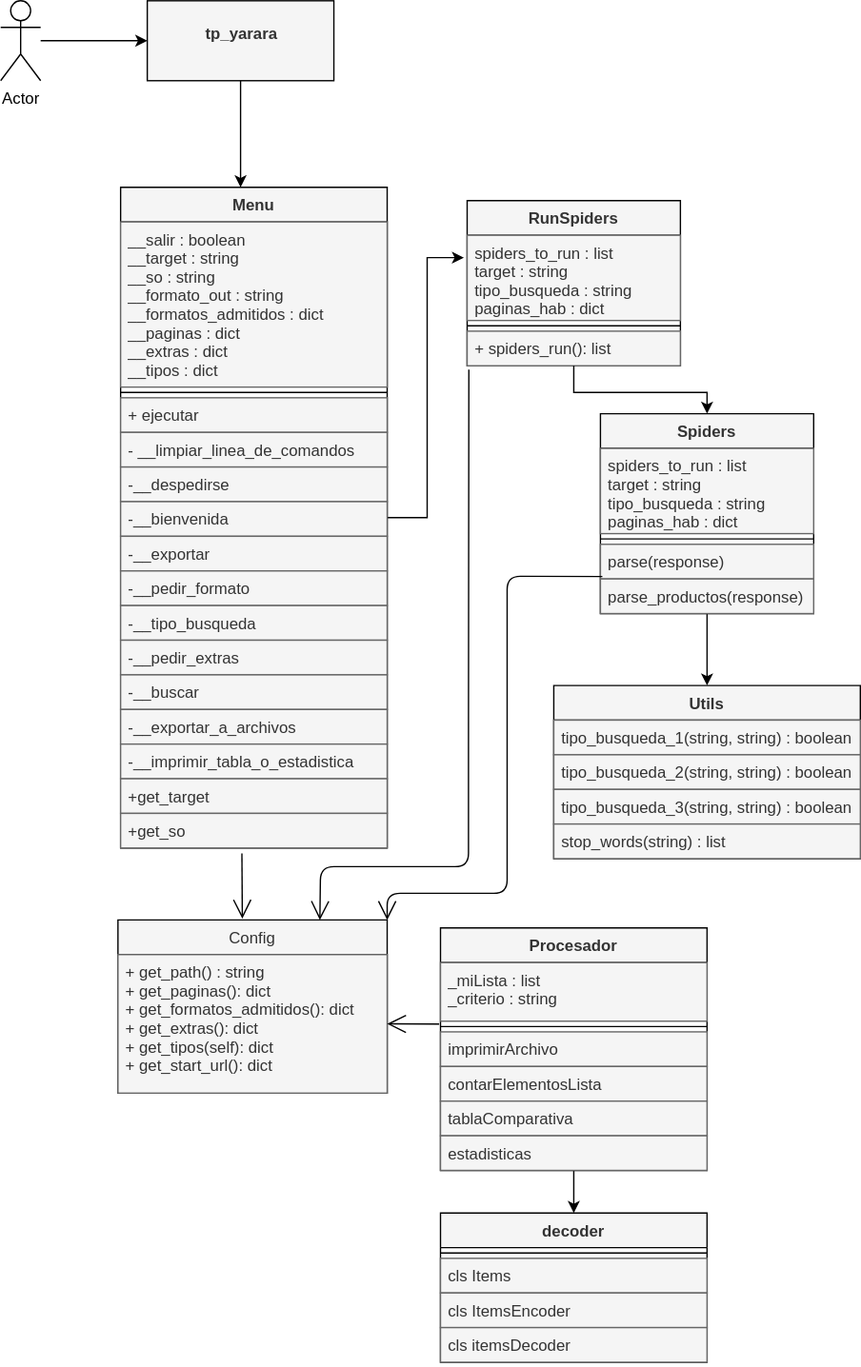
Earlier version of the draw.io export uml.drawio.svg (liberrb/TP_EDD_2020). Source tidied: cells renumbered, new cells last; positions are measured from the earlier drawing's top-left corner, leaving out a move shared by most shapes.
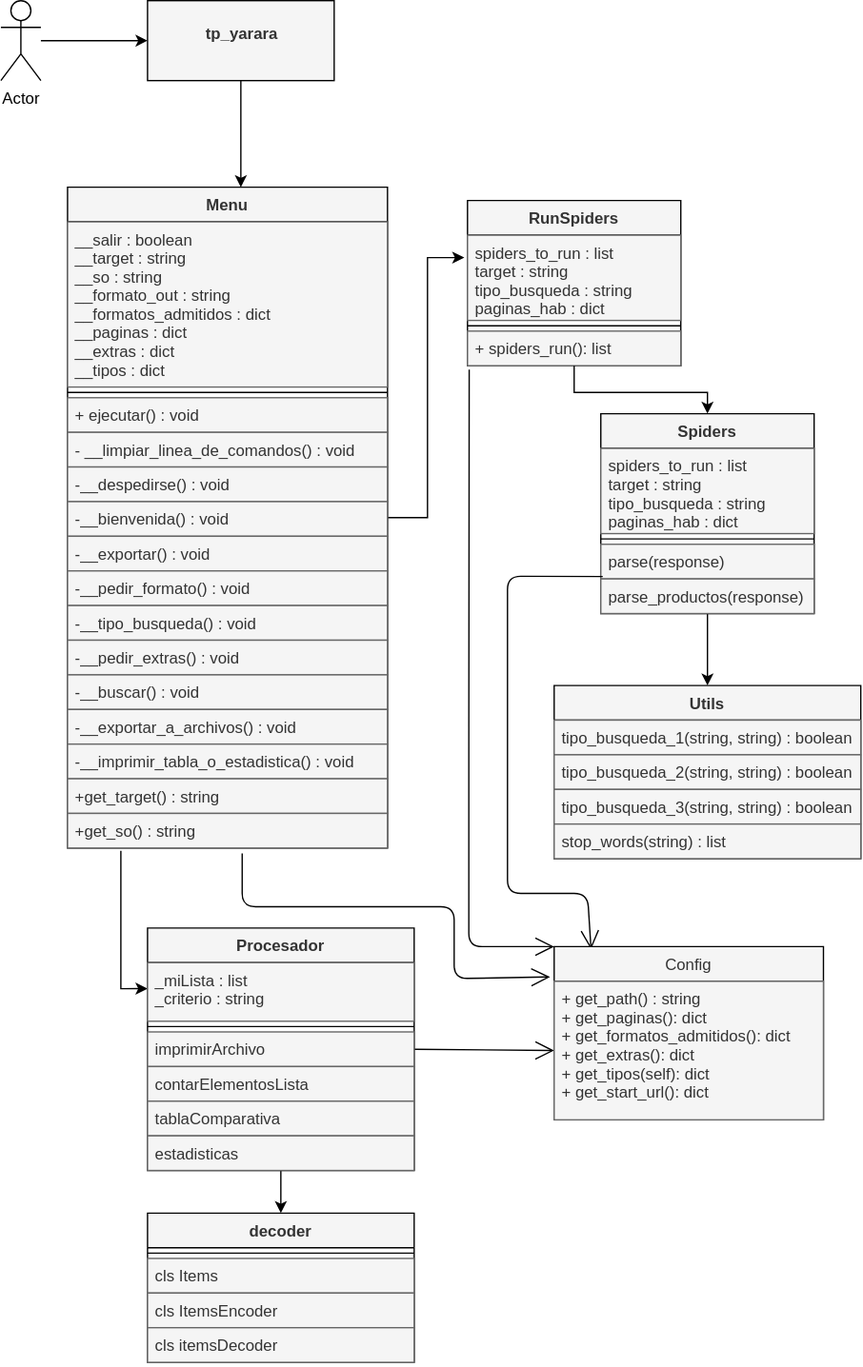
Above is the later version.

Commit message:
arreglo uml

Diff of the diagram source:
```diff
@@ -15,49 +15,58 @@
     </mxCell>
+    <mxCell id="58" style="edgeStyle=orthogonalEdgeStyle;rounded=0;jettySize=auto;html=1;strokeColor=#000000;fontColor=#000000;entryX=0;entryY=0.25;entryDx=0;entryDy=0;" parent="1" edge="1" target="37">
+      <mxGeometry relative="1" as="geometry">
+        <mxPoint x="90" y="638" as="sourcePoint" />
+        <Array as="points">
+          <mxPoint x="90" y="638" />
+          <mxPoint x="90" y="742" />
+        </Array>
+      </mxGeometry>
+    </mxCell>
     <mxCell id="5" value="Menu" style="swimlane;fontStyle=1;align=center;verticalAlign=top;horizontal=1;startSize=26;fillColor=#f5f5f5;fontColor=#333333;strokeColor=#000000;" parent="1" vertex="1">
-      <mxGeometry x="90" y="140" width="200" height="496" as="geometry" />
+      <mxGeometry x="50" y="140" width="240" height="496" as="geometry" />
     </mxCell>
     <mxCell id="6" value="__salir : boolean&#10;__target : string&#10;__so : string&#10;__formato_out : string &#10;__formatos_admitidos : dict&#10;__paginas : dict&#10;__extras : dict&#10;__tipos : dict" style="text;strokeColor=#666666;fillColor=#f5f5f5;align=left;verticalAlign=top;spacingLeft=4;spacingRight=4;overflow=hidden;fontColor=#333333;" parent="5" vertex="1">
-      <mxGeometry y="26" width="200" height="124" as="geometry" />
+      <mxGeometry y="26" width="240" height="124" as="geometry" />
     </mxCell>
-    <mxCell id="7" style="line;strokeWidth=1;fillColor=none;align=left;verticalAlign=middle;spacingTop=-1;spacingLeft=3;spacingRight=3;labelPosition=right;" parent="5" vertex="1">
-      <mxGeometry y="150" width="200" height="8" as="geometry" />
+    <mxCell id="7" style="line;strokeWidth=1;fillColor=none;align=left;verticalAlign=middle;spacingTop=-1;spacingLeft=3;spacingRight=3;labelPosition=right;strokeColor=#000000;" parent="5" vertex="1">
+      <mxGeometry y="150" width="240" height="8" as="geometry" />
     </mxCell>
-    <mxCell id="8" value="+ ejecutar&#10;&#10;" style="text;strokeColor=#666666;fillColor=#f5f5f5;align=left;verticalAlign=top;spacingLeft=4;spacingRight=4;overflow=hidden;fontColor=#333333;" parent="5" vertex="1">
-      <mxGeometry y="158" width="200" height="26" as="geometry" />
+    <mxCell id="8" value="+ ejecutar() : void&#10;&#10;" style="text;strokeColor=#666666;fillColor=#f5f5f5;align=left;verticalAlign=top;spacingLeft=4;spacingRight=4;overflow=hidden;fontColor=#333333;" parent="5" vertex="1">
+      <mxGeometry y="158" width="240" height="26" as="geometry" />
     </mxCell>
-    <mxCell id="9" value="- __limpiar_linea_de_comandos" style="text;strokeColor=#666666;fillColor=#f5f5f5;align=left;verticalAlign=top;spacingLeft=4;spacingRight=4;overflow=hidden;fontColor=#333333;" parent="5" vertex="1">
-      <mxGeometry y="184" width="200" height="26" as="geometry" />
+    <mxCell id="9" value="- __limpiar_linea_de_comandos() : void" style="text;strokeColor=#666666;fillColor=#f5f5f5;align=left;verticalAlign=top;spacingLeft=4;spacingRight=4;overflow=hidden;fontColor=#333333;" parent="5" vertex="1">
+      <mxGeometry y="184" width="240" height="26" as="geometry" />
     </mxCell>
-    <mxCell id="10" value="-__despedirse" style="text;strokeColor=#666666;fillColor=#f5f5f5;align=left;verticalAlign=top;spacingLeft=4;spacingRight=4;overflow=hidden;fontColor=#333333;" parent="5" vertex="1">
-      <mxGeometry y="210" width="200" height="26" as="geometry" />
+    <mxCell id="10" value="-__despedirse() : void" style="text;strokeColor=#666666;fillColor=#f5f5f5;align=left;verticalAlign=top;spacingLeft=4;spacingRight=4;overflow=hidden;fontColor=#333333;" parent="5" vertex="1">
+      <mxGeometry y="210" width="240" height="26" as="geometry" />
     </mxCell>
-    <mxCell id="11" value="-__bienvenida" style="text;strokeColor=#666666;fillColor=#f5f5f5;align=left;verticalAlign=top;spacingLeft=4;spacingRight=4;overflow=hidden;fontColor=#333333;" parent="5" vertex="1">
-      <mxGeometry y="236" width="200" height="26" as="geometry" />
+    <mxCell id="11" value="-__bienvenida() : void" style="text;strokeColor=#666666;fillColor=#f5f5f5;align=left;verticalAlign=top;spacingLeft=4;spacingRight=4;overflow=hidden;fontColor=#333333;" parent="5" vertex="1">
+      <mxGeometry y="236" width="240" height="26" as="geometry" />
     </mxCell>
-    <mxCell id="12" value="-__exportar" style="text;strokeColor=#666666;fillColor=#f5f5f5;align=left;verticalAlign=top;spacingLeft=4;spacingRight=4;overflow=hidden;fontColor=#333333;" parent="5" vertex="1">
-      <mxGeometry y="262" width="200" height="26" as="geometry" />
+    <mxCell id="12" value="-__exportar() : void" style="text;strokeColor=#666666;fillColor=#f5f5f5;align=left;verticalAlign=top;spacingLeft=4;spacingRight=4;overflow=hidden;fontColor=#333333;" parent="5" vertex="1">
+      <mxGeometry y="262" width="240" height="26" as="geometry" />
     </mxCell>
-    <mxCell id="13" value="-__pedir_formato" style="text;strokeColor=#666666;fillColor=#f5f5f5;align=left;verticalAlign=top;spacingLeft=4;spacingRight=4;overflow=hidden;fontColor=#333333;" parent="5" vertex="1">
-      <mxGeometry y="288" width="200" height="26" as="geometry" />
+    <mxCell id="13" value="-__pedir_formato() : void" style="text;strokeColor=#666666;fillColor=#f5f5f5;align=left;verticalAlign=top;spacingLeft=4;spacingRight=4;overflow=hidden;fontColor=#333333;" parent="5" vertex="1">
+      <mxGeometry y="288" width="240" height="26" as="geometry" />
     </mxCell>
-    <mxCell id="14" value="-__tipo_busqueda" style="text;strokeColor=#666666;fillColor=#f5f5f5;align=left;verticalAlign=top;spacingLeft=4;spacingRight=4;overflow=hidden;fontColor=#333333;" parent="5" vertex="1">
-      <mxGeometry y="314" width="200" height="26" as="geometry" />
+    <mxCell id="14" value="-__tipo_busqueda() : void" style="text;strokeColor=#666666;fillColor=#f5f5f5;align=left;verticalAlign=top;spacingLeft=4;spacingRight=4;overflow=hidden;fontColor=#333333;" parent="5" vertex="1">
+      <mxGeometry y="314" width="240" height="26" as="geometry" />
     </mxCell>
-    <mxCell id="15" value="-__pedir_extras" style="text;strokeColor=#666666;fillColor=#f5f5f5;align=left;verticalAlign=top;spacingLeft=4;spacingRight=4;overflow=hidden;fontColor=#333333;" parent="5" vertex="1">
-      <mxGeometry y="340" width="200" height="26" as="geometry" />
+    <mxCell id="15" value="-__pedir_extras() : void" style="text;strokeColor=#666666;fillColor=#f5f5f5;align=left;verticalAlign=top;spacingLeft=4;spacingRight=4;overflow=hidden;fontColor=#333333;" parent="5" vertex="1">
+      <mxGeometry y="340" width="240" height="26" as="geometry" />
     </mxCell>
-    <mxCell id="16" value="-__buscar" style="text;strokeColor=#666666;fillColor=#f5f5f5;align=left;verticalAlign=top;spacingLeft=4;spacingRight=4;overflow=hidden;fontColor=#333333;" parent="5" vertex="1">
-      <mxGeometry y="366" width="200" height="26" as="geometry" />
+    <mxCell id="16" value="-__buscar() : void" style="text;strokeColor=#666666;fillColor=#f5f5f5;align=left;verticalAlign=top;spacingLeft=4;spacingRight=4;overflow=hidden;fontColor=#333333;" parent="5" vertex="1">
+      <mxGeometry y="366" width="240" height="26" as="geometry" />
     </mxCell>
-    <mxCell id="17" value="-__exportar_a_archivos" style="text;strokeColor=#666666;fillColor=#f5f5f5;align=left;verticalAlign=top;spacingLeft=4;spacingRight=4;overflow=hidden;fontColor=#333333;" parent="5" vertex="1">
-      <mxGeometry y="392" width="200" height="26" as="geometry" />
+    <mxCell id="17" value="-__exportar_a_archivos() : void" style="text;strokeColor=#666666;fillColor=#f5f5f5;align=left;verticalAlign=top;spacingLeft=4;spacingRight=4;overflow=hidden;fontColor=#333333;" parent="5" vertex="1">
+      <mxGeometry y="392" width="240" height="26" as="geometry" />
     </mxCell>
-    <mxCell id="18" value="-__imprimir_tabla_o_estadistica" style="text;strokeColor=#666666;fillColor=#f5f5f5;align=left;verticalAlign=top;spacingLeft=4;spacingRight=4;overflow=hidden;fontColor=#333333;" parent="5" vertex="1">
-      <mxGeometry y="418" width="200" height="26" as="geometry" />
+    <mxCell id="18" value="-__imprimir_tabla_o_estadistica() : void" style="text;strokeColor=#666666;fillColor=#f5f5f5;align=left;verticalAlign=top;spacingLeft=4;spacingRight=4;overflow=hidden;fontColor=#333333;" parent="5" vertex="1">
+      <mxGeometry y="418" width="240" height="26" as="geometry" />
     </mxCell>
-    <mxCell id="19" value="+get_target" style="text;strokeColor=#666666;fillColor=#f5f5f5;align=left;verticalAlign=top;spacingLeft=4;spacingRight=4;overflow=hidden;fontColor=#333333;" parent="5" vertex="1">
-      <mxGeometry y="444" width="200" height="26" as="geometry" />
+    <mxCell id="19" value="+get_target() : string" style="text;strokeColor=#666666;fillColor=#f5f5f5;align=left;verticalAlign=top;spacingLeft=4;spacingRight=4;overflow=hidden;fontColor=#333333;" parent="5" vertex="1">
+      <mxGeometry y="444" width="240" height="26" as="geometry" />
     </mxCell>
-    <mxCell id="20" value="+get_so" style="text;strokeColor=#666666;fillColor=#f5f5f5;align=left;verticalAlign=top;spacingLeft=4;spacingRight=4;overflow=hidden;fontColor=#333333;" parent="5" vertex="1">
-      <mxGeometry y="470" width="200" height="26" as="geometry" />
+    <mxCell id="20" value="+get_so() : string" style="text;strokeColor=#666666;fillColor=#f5f5f5;align=left;verticalAlign=top;spacingLeft=4;spacingRight=4;overflow=hidden;fontColor=#333333;" parent="5" vertex="1">
+      <mxGeometry y="470" width="240" height="26" as="geometry" />
     </mxCell>
@@ -75,3 +84,3 @@
     </mxCell>
-    <mxCell id="25" style="line;strokeWidth=1;fillColor=none;align=left;verticalAlign=middle;spacingTop=-1;spacingLeft=3;spacingRight=3;labelPosition=right;" parent="23" vertex="1">
+    <mxCell id="25" style="line;strokeWidth=1;fillColor=none;align=left;verticalAlign=middle;spacingTop=-1;spacingLeft=3;spacingRight=3;labelPosition=right;strokeColor=#000000;" parent="23" vertex="1">
       <mxGeometry y="90" width="160" height="8" as="geometry" />
@@ -81,11 +90,10 @@
     </mxCell>
-    <mxCell id="27" value="Config" style="swimlane;fontStyle=0;horizontal=1;startSize=26;fillColor=#f5f5f5;fontColor=#333333;strokeColor=#000000;" parent="1" vertex="1">
-      <mxGeometry x="88" y="690" width="202" height="130" as="geometry" />
-    </mxCell>
-    <mxCell id="28" value="+ get_path() : string&#10;+ get_paginas(): dict&#10;+ get_formatos_admitidos(): dict&#10;+ get_extras(): dict&#10;+ get_tipos(self): dict&#10;+ get_start_url(): dict" style="text;strokeColor=#666666;fillColor=#f5f5f5;align=left;verticalAlign=top;spacingLeft=4;spacingRight=4;overflow=hidden;points=[[0,0.5],[1,0.5]];portConstraint=eastwest;fontColor=#333333;" parent="27" vertex="1">
-      <mxGeometry y="26" width="202" height="104" as="geometry" />
-    </mxCell>
-    <mxCell id="29" style="endArrow=open;endFill=1;endSize=12;html=1;entryX=0.462;entryY=-0.008;entryDx=0;entryDy=0;entryPerimeter=0;strokeColor=#000000;" parent="1" edge="1" target="27">
+    <mxCell id="29" style="endArrow=open;endFill=1;endSize=12;html=1;entryX=-0.015;entryY=0.175;entryDx=0;entryDy=0;entryPerimeter=0;strokeColor=#000000;" parent="1" edge="1" target="27">
       <mxGeometry relative="1" as="geometry">
         <mxPoint x="181" y="640" as="sourcePoint" />
+        <Array as="points">
+          <mxPoint x="181" y="680" />
+          <mxPoint x="340" y="680" />
+          <mxPoint x="340" y="734" />
+        </Array>
       </mxGeometry>
@@ -104,3 +112,3 @@
     </mxCell>
-    <mxCell id="34" style="line;strokeWidth=1;fillColor=none;align=left;verticalAlign=middle;spacingTop=-1;spacingLeft=3;spacingRight=3;labelPosition=right;" parent="32" vertex="1">
+    <mxCell id="34" style="line;strokeWidth=1;fillColor=none;align=left;verticalAlign=middle;spacingTop=-1;spacingLeft=3;spacingRight=3;labelPosition=right;fontColor=#000000;strokeColor=#000000;" parent="32" vertex="1">
       <mxGeometry y="90" width="160" height="8" as="geometry" />
@@ -113,4 +121,42 @@
     </mxCell>
+    <mxCell id="44" style="endArrow=open;endFill=1;endSize=12;html=1;exitX=1;exitY=0.5;exitDx=0;exitDy=0;entryX=0;entryY=0.5;entryDx=0;entryDy=0;strokeColor=#000000;" parent="1" edge="1" source="40" target="28">
+      <mxGeometry relative="1" as="geometry" />
+    </mxCell>
+    <mxCell id="45" style="edgeStyle=orthogonalEdgeStyle;rounded=0;jettySize=auto;html=1;strokeColor=#000000;" parent="1" edge="1" source="23" target="32">
+      <mxGeometry relative="1" as="geometry" />
+    </mxCell>
+    <mxCell id="51" style="endArrow=open;endFill=1;endSize=12;html=1;exitX=0.008;exitY=1.108;exitDx=0;exitDy=0;exitPerimeter=0;entryX=0;entryY=0;entryDx=0;entryDy=0;strokeColor=#000000;" parent="1" edge="1" source="26" target="27">
+      <mxGeometry relative="1" as="geometry">
+        <Array as="points">
+          <mxPoint x="351" y="550" />
+          <mxPoint x="351" y="710" />
+        </Array>
+      </mxGeometry>
+    </mxCell>
+    <mxCell id="52" style="endArrow=open;endFill=1;endSize=12;html=1;exitX=0.009;exitY=0.931;exitDx=0;exitDy=0;exitPerimeter=0;entryX=0.137;entryY=0.016;entryDx=0;entryDy=0;strokeColor=#000000;entryPerimeter=0;" parent="1" edge="1" source="35" target="27">
+      <mxGeometry relative="1" as="geometry">
+        <Array as="points">
+          <mxPoint x="380" y="432" />
+          <mxPoint x="380" y="670" />
+          <mxPoint x="440" y="670" />
+        </Array>
+      </mxGeometry>
+    </mxCell>
+    <mxCell id="53" value="Utils" style="swimlane;fontStyle=1;align=center;verticalAlign=top;horizontal=1;startSize=26;fillColor=#f5f5f5;fontColor=#333333;strokeColor=#000000;" parent="1" vertex="1">
+      <mxGeometry x="415" y="514" width="230" height="130" as="geometry" />
+    </mxCell>
+    <mxCell id="54" value="tipo_busqueda_1(string, string) : boolean" style="text;strokeColor=#666666;fillColor=#f5f5f5;align=left;verticalAlign=top;spacingLeft=4;spacingRight=4;overflow=hidden;fontColor=#333333;" parent="53" vertex="1">
+      <mxGeometry y="26" width="230" height="26" as="geometry" />
+    </mxCell>
+    <mxCell id="55" value="tipo_busqueda_2(string, string) : boolean" style="text;strokeColor=#666666;fillColor=#f5f5f5;align=left;verticalAlign=top;spacingLeft=4;spacingRight=4;overflow=hidden;fontColor=#333333;" parent="53" vertex="1">
+      <mxGeometry y="52" width="230" height="26" as="geometry" />
+    </mxCell>
+    <mxCell id="56" value="tipo_busqueda_3(string, string) : boolean" style="text;strokeColor=#666666;fillColor=#f5f5f5;align=left;verticalAlign=top;spacingLeft=4;spacingRight=4;overflow=hidden;fontColor=#333333;" parent="53" vertex="1">
+      <mxGeometry y="78" width="230" height="26" as="geometry" />
+    </mxCell>
+    <mxCell id="57" value="stop_words(string) : list" style="text;strokeColor=#666666;fillColor=#f5f5f5;align=left;verticalAlign=top;spacingLeft=4;spacingRight=4;overflow=hidden;fontColor=#333333;" parent="53" vertex="1">
+      <mxGeometry y="104" width="230" height="26" as="geometry" />
+    </mxCell>
     <mxCell id="37" value="Procesador" style="swimlane;fontStyle=1;align=center;verticalAlign=top;horizontal=1;startSize=26;fillColor=#f5f5f5;fontColor=#333333;strokeColor=#000000;" parent="1" vertex="1">
-      <mxGeometry x="330" y="696" width="200" height="182" as="geometry" />
+      <mxGeometry x="110" y="696" width="200" height="182" as="geometry" />
     </mxCell>
@@ -119,3 +165,3 @@
     </mxCell>
-    <mxCell id="39" style="line;strokeWidth=1;fillColor=none;align=left;verticalAlign=middle;spacingTop=-1;spacingLeft=3;spacingRight=3;labelPosition=right;" parent="37" vertex="1">
+    <mxCell id="39" style="line;strokeWidth=1;fillColor=none;align=left;verticalAlign=middle;spacingTop=-1;spacingLeft=3;spacingRight=3;labelPosition=right;strokeColor=#000000;" parent="37" vertex="1">
       <mxGeometry y="70" width="200" height="8" as="geometry" />
@@ -134,12 +180,6 @@
     </mxCell>
-    <mxCell id="44" style="endArrow=open;endFill=1;endSize=12;html=1;exitX=-0.005;exitY=1.05;exitDx=0;exitDy=0;exitPerimeter=0;entryX=1;entryY=0.5;entryDx=0;entryDy=0;strokeColor=#000000;" parent="1" edge="1" source="38" target="28">
-      <mxGeometry relative="1" as="geometry" />
-    </mxCell>
-    <mxCell id="45" style="edgeStyle=orthogonalEdgeStyle;rounded=0;jettySize=auto;html=1;strokeColor=#000000;" parent="1" edge="1" source="23" target="32">
-      <mxGeometry relative="1" as="geometry" />
-    </mxCell>
     <mxCell id="46" value="decoder" style="swimlane;fontStyle=1;align=center;verticalAlign=top;horizontal=1;startSize=26;fillColor=#f5f5f5;fontColor=#333333;strokeColor=#000000;" parent="1" vertex="1">
-      <mxGeometry x="330" y="910" width="200" height="112" as="geometry" />
+      <mxGeometry x="110" y="910" width="200" height="112" as="geometry" />
     </mxCell>
-    <mxCell id="47" style="line;strokeWidth=1;fillColor=none;align=left;verticalAlign=middle;spacingTop=-1;spacingLeft=3;spacingRight=3;labelPosition=right;" parent="46" vertex="1">
+    <mxCell id="47" style="line;strokeWidth=1;fillColor=none;align=left;verticalAlign=middle;spacingTop=-1;spacingLeft=3;spacingRight=3;labelPosition=right;strokeColor=#000000;" parent="46" vertex="1">
       <mxGeometry y="26" width="200" height="8" as="geometry" />
@@ -155,35 +195,8 @@
     </mxCell>
-    <mxCell id="51" style="endArrow=open;endFill=1;endSize=12;html=1;exitX=0.008;exitY=1.108;exitDx=0;exitDy=0;exitPerimeter=0;entryX=0.75;entryY=0;entryDx=0;entryDy=0;strokeColor=#000000;" parent="1" edge="1" source="26" target="27">
-      <mxGeometry relative="1" as="geometry">
-        <Array as="points">
-          <mxPoint x="351" y="550" />
-          <mxPoint x="351" y="650" />
-          <mxPoint x="240" y="650" />
-        </Array>
-      </mxGeometry>
-    </mxCell>
-    <mxCell id="52" style="endArrow=open;endFill=1;endSize=12;html=1;exitX=0.009;exitY=0.931;exitDx=0;exitDy=0;exitPerimeter=0;entryX=1;entryY=0;entryDx=0;entryDy=0;strokeColor=#000000;" parent="1" edge="1" source="35" target="27">
-      <mxGeometry relative="1" as="geometry">
-        <Array as="points">
-          <mxPoint x="380" y="432" />
-          <mxPoint x="380" y="670" />
-          <mxPoint x="290" y="670" />
-        </Array>
-      </mxGeometry>
-    </mxCell>
-    <mxCell id="53" value="Utils" style="swimlane;fontStyle=1;align=center;verticalAlign=top;horizontal=1;startSize=26;fillColor=#f5f5f5;fontColor=#333333;strokeColor=#000000;" parent="1" vertex="1">
-      <mxGeometry x="415" y="514" width="230" height="130" as="geometry" />
-    </mxCell>
-    <mxCell id="54" value="tipo_busqueda_1(string, string) : boolean" style="text;strokeColor=#666666;fillColor=#f5f5f5;align=left;verticalAlign=top;spacingLeft=4;spacingRight=4;overflow=hidden;fontColor=#333333;" parent="53" vertex="1">
-      <mxGeometry y="26" width="230" height="26" as="geometry" />
-    </mxCell>
-    <mxCell id="55" value="tipo_busqueda_2(string, string) : boolean" style="text;strokeColor=#666666;fillColor=#f5f5f5;align=left;verticalAlign=top;spacingLeft=4;spacingRight=4;overflow=hidden;fontColor=#333333;" parent="53" vertex="1">
-      <mxGeometry y="52" width="230" height="26" as="geometry" />
-    </mxCell>
-    <mxCell id="56" value="tipo_busqueda_3(string, string) : boolean" style="text;strokeColor=#666666;fillColor=#f5f5f5;align=left;verticalAlign=top;spacingLeft=4;spacingRight=4;overflow=hidden;fontColor=#333333;" parent="53" vertex="1">
-      <mxGeometry y="78" width="230" height="26" as="geometry" />
-    </mxCell>
-    <mxCell id="57" value="stop_words(string) : list" style="text;strokeColor=#666666;fillColor=#f5f5f5;align=left;verticalAlign=top;spacingLeft=4;spacingRight=4;overflow=hidden;fontColor=#333333;" parent="53" vertex="1">
-      <mxGeometry y="104" width="230" height="26" as="geometry" />
-    </mxCell>
+    <mxCell id="27" value="Config" style="swimlane;fontStyle=0;horizontal=1;startSize=26;fillColor=#f5f5f5;fontColor=#333333;strokeColor=#000000;" parent="1" vertex="1">
+      <mxGeometry x="415" y="710" width="202" height="130" as="geometry" />
+    </mxCell>
+    <mxCell id="28" value="+ get_path() : string&#10;+ get_paginas(): dict&#10;+ get_formatos_admitidos(): dict&#10;+ get_extras(): dict&#10;+ get_tipos(self): dict&#10;+ get_start_url(): dict" style="text;strokeColor=#666666;fillColor=#f5f5f5;align=left;verticalAlign=top;spacingLeft=4;spacingRight=4;overflow=hidden;points=[[0,0.5],[1,0.5]];portConstraint=eastwest;fontColor=#333333;" parent="27" vertex="1">
+      <mxGeometry y="26" width="202" height="104" as="geometry" />
+    </mxCell>
   </root>
```
